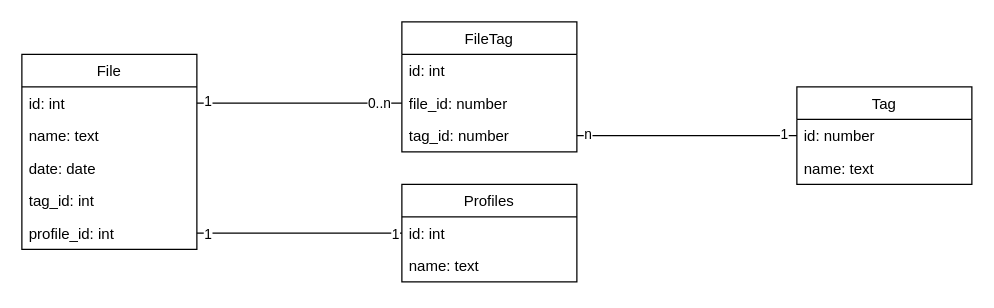
Above: tagggerapp.schema.drawio in BrenoLopes/tagggerapp (draw.io), before the change. Source tidied: cells renumbered, new cells numbered last; positions are measured from the earlier drawing's top-left corner, leaving out a move shared by most shapes. Both pictures are drawn from the tidied source at 125%, with x=0, y=0 at pixel (21, 21).
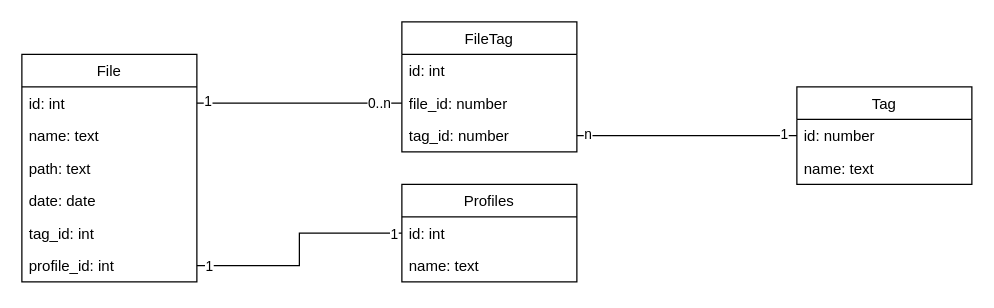
The same diagram, later.

Change to the diagram source:
```diff
@@
     <mxCell id="2" value="File" style="swimlane;fontStyle=0;horizontal=1;startSize=26;fillColor=none;" parent="1" vertex="1">
-      <mxGeometry y="26" width="140" height="156" as="geometry" />
+      <mxGeometry y="26" width="140" height="182" as="geometry" />
     </mxCell>
@@
-    <mxCell id="5" value="date: date" style="text;strokeColor=none;fillColor=none;align=left;verticalAlign=top;spacingLeft=4;spacingRight=4;overflow=hidden;" parent="2" vertex="1">
+    <mxCell id="5" value="path: text" style="text;strokeColor=none;fillColor=none;align=left;verticalAlign=top;spacingLeft=4;spacingRight=4;overflow=hidden;" parent="2" vertex="1">
       <mxGeometry y="78" width="140" height="26" as="geometry" />
     </mxCell>
+    <mxCell id="27" value="date: date" style="text;strokeColor=none;fillColor=none;align=left;verticalAlign=top;spacingLeft=4;spacingRight=4;overflow=hidden;" parent="2" vertex="1">
+      <mxGeometry y="104" width="140" height="26" as="geometry" />
+    </mxCell>
     <mxCell id="6" value="tag_id: int" style="text;strokeColor=none;fillColor=none;align=left;verticalAlign=top;spacingLeft=4;spacingRight=4;overflow=hidden;" parent="2" vertex="1">
-      <mxGeometry y="104" width="140" height="26" as="geometry" />
+      <mxGeometry y="130" width="140" height="26" as="geometry" />
     </mxCell>
     <mxCell id="7" value="profile_id: int" style="text;strokeColor=none;fillColor=none;align=left;verticalAlign=top;spacingLeft=4;spacingRight=4;overflow=hidden;points=[[0,0.5],[1,0.5]];portConstraint=eastwest;" parent="2" vertex="1">
-      <mxGeometry y="130" width="140" height="26" as="geometry" />
+      <mxGeometry y="156" width="140" height="26" as="geometry" />
     </mxCell>
```
